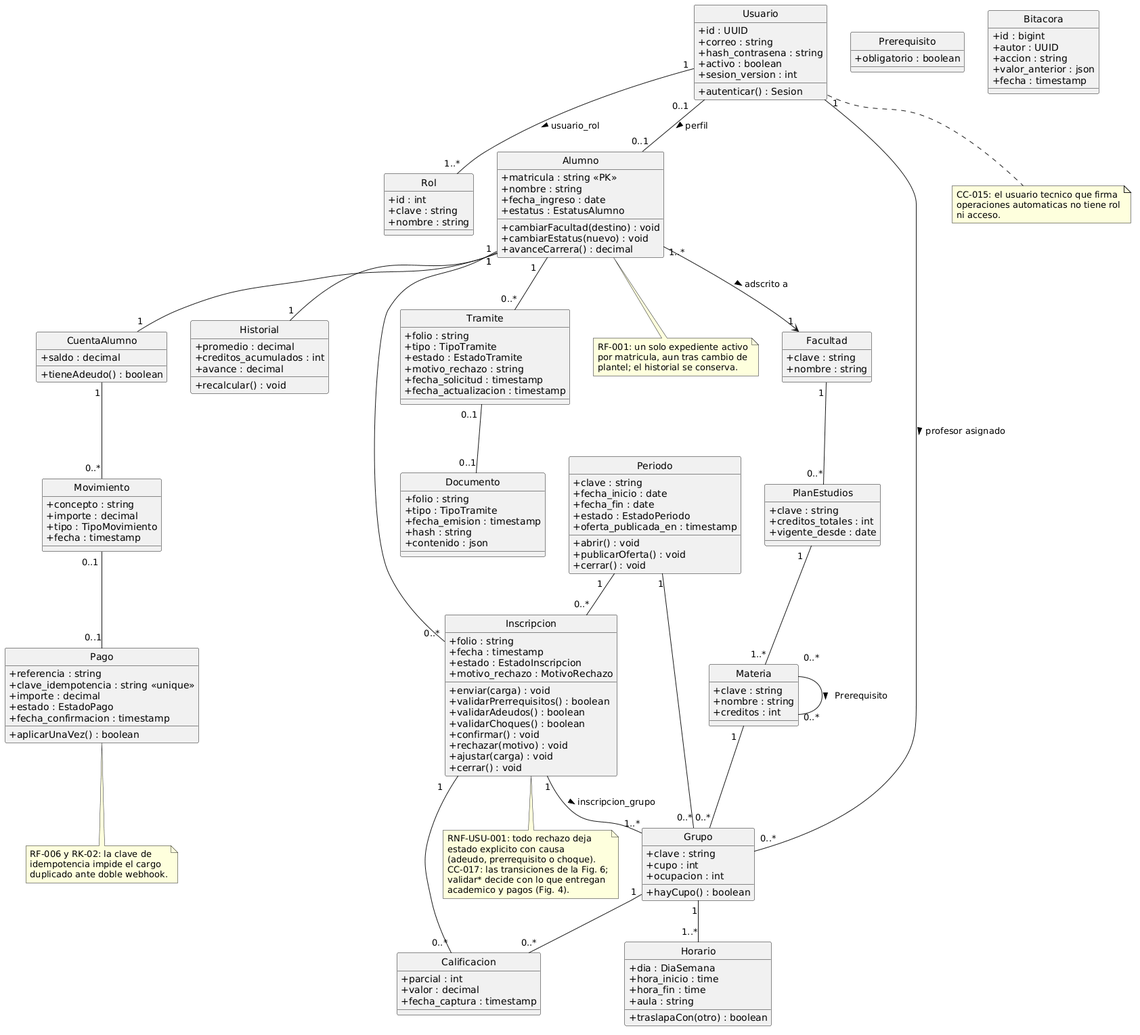
fjmp-dev/sce-control-escolar keeps this PlantUML diagram as docs/arquitectura/render/fig03-clases-dominio.png. Above is the earlier version.
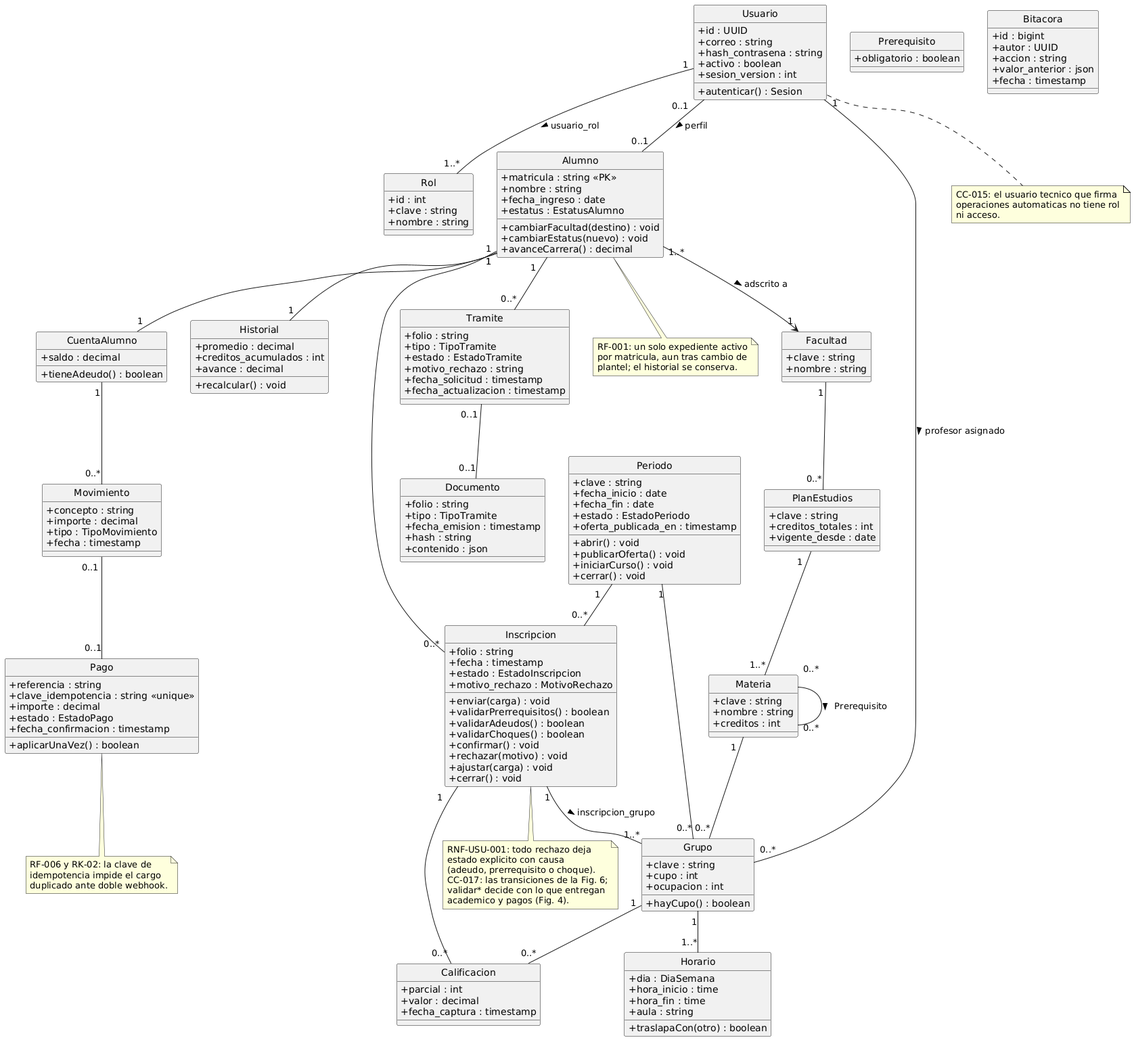
Later version of the same file.

Diff of the diagram source:
```diff
@@ -57,6 +57,7 @@
   + oferta_publicada_en : timestamp
   + abrir() : void
   + publicarOferta() : void
+  + iniciarCurso() : void
   + cerrar() : void
 }
 
```
